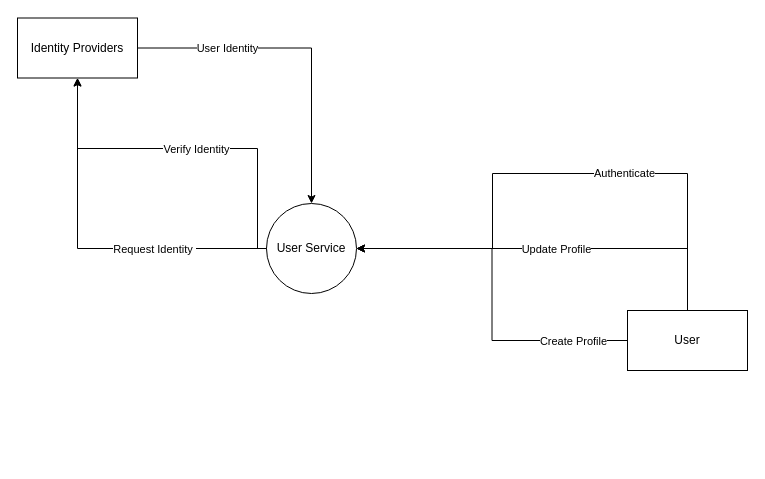
The draw.io diagram diagrams/ContextDFD/User System Context Diagram.drawio in Apollo-LW/Apollo-LW, before the edit. Source tidied: cells renumbered, new cells numbered last; positions are measured from the earlier drawing's top-left corner, leaving out a move shared by most shapes. Both pictures are drawn from the tidied source at 100%, with x=0, y=0 at pixel (17, 17).
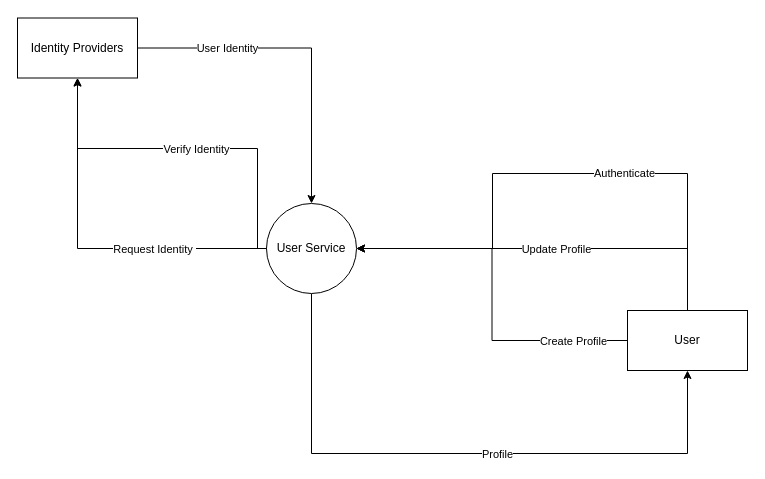
After the change.

Commit message:
Fix user DFD

Unchanged cells that the change refers to:
```xml
<mxCell id="2" value="User Service" style="ellipse;whiteSpace=wrap;html=1;" parent="1" vertex="1">
  <mxGeometry x="249" y="186" width="90" height="90" as="geometry" />
</mxCell>
<mxCell id="9" value="User" style="rounded=0;whiteSpace=wrap;html=1;" parent="1" vertex="1">
  <mxGeometry x="610" y="293" width="120" height="60" as="geometry" />
</mxCell>
```

Diff of the diagram source:
```diff
@@
+    <mxCell id="17" style="edgeStyle=orthogonalEdgeStyle;rounded=0;jettySize=auto;html=1;entryX=0.5;entryY=1;entryDx=0;entryDy=0;" parent="1" edge="1" source="2" target="9">
+      <mxGeometry relative="1" as="geometry">
+        <Array as="points">
+          <mxPoint x="294" y="436" />
+          <mxPoint x="670" y="436" />
+        </Array>
+      </mxGeometry>
+    </mxCell>
+    <mxCell id="18" value="Profile" style="edgeLabel;html=1;align=center;verticalAlign=middle;" parent="17" vertex="1">
+      <mxGeometry x="0.16" y="-5" relative="1" as="geometry">
+        <mxPoint x="-14" y="-5" as="offset" />
+      </mxGeometry>
+    </mxCell>
```
